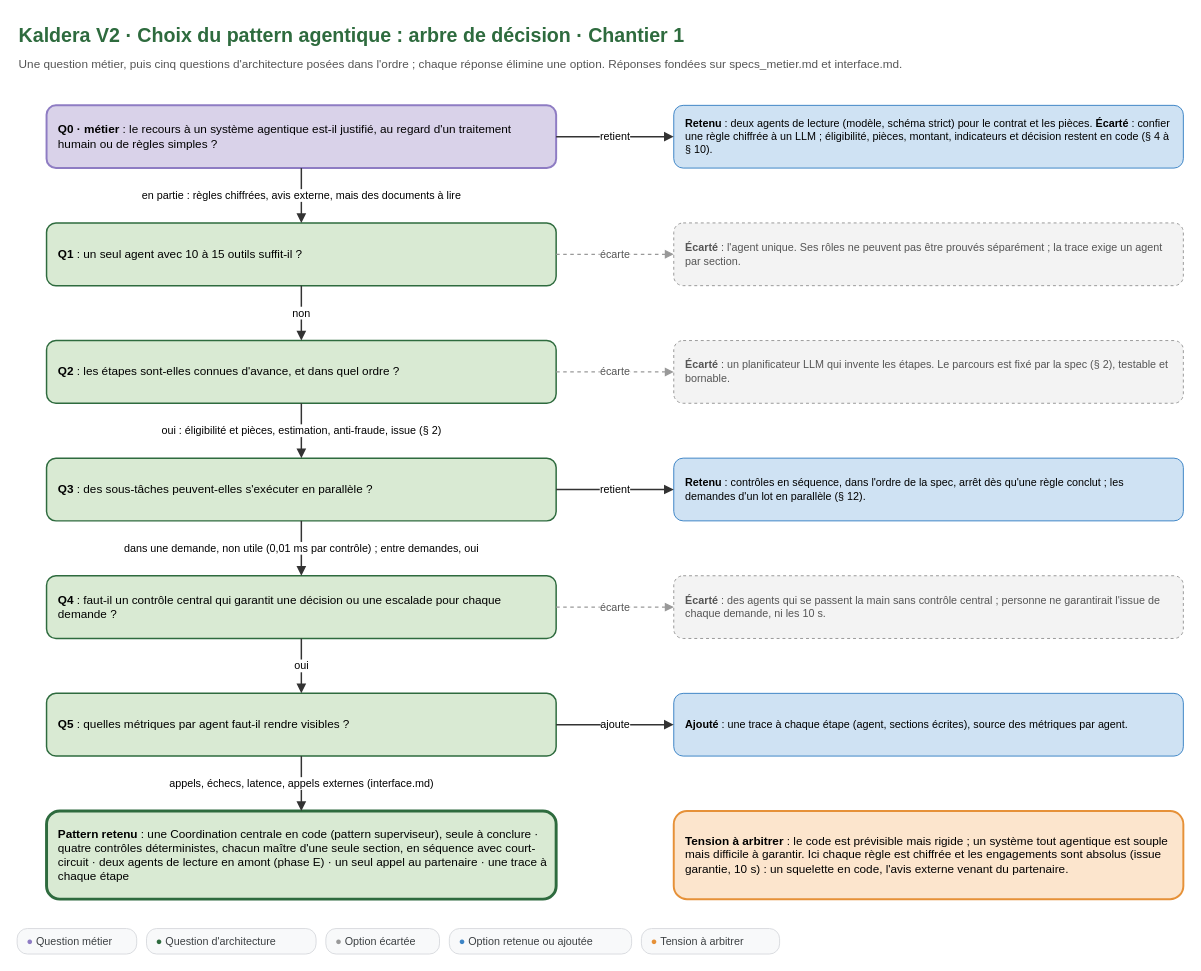
Earlier version of the draw.io diagram conception/schemas/schema-0-arbre-de-decision.drawio (Ganda15/kaldera-bout-en-bout_v2). Source tidied: cells renumbered, new cells numbered last; positions are measured from the earlier drawing's top-left corner, leaving out a move shared by most shapes. Both pictures are drawn from the tidied source at 98%, with x=0, y=0 at pixel (17, 17).
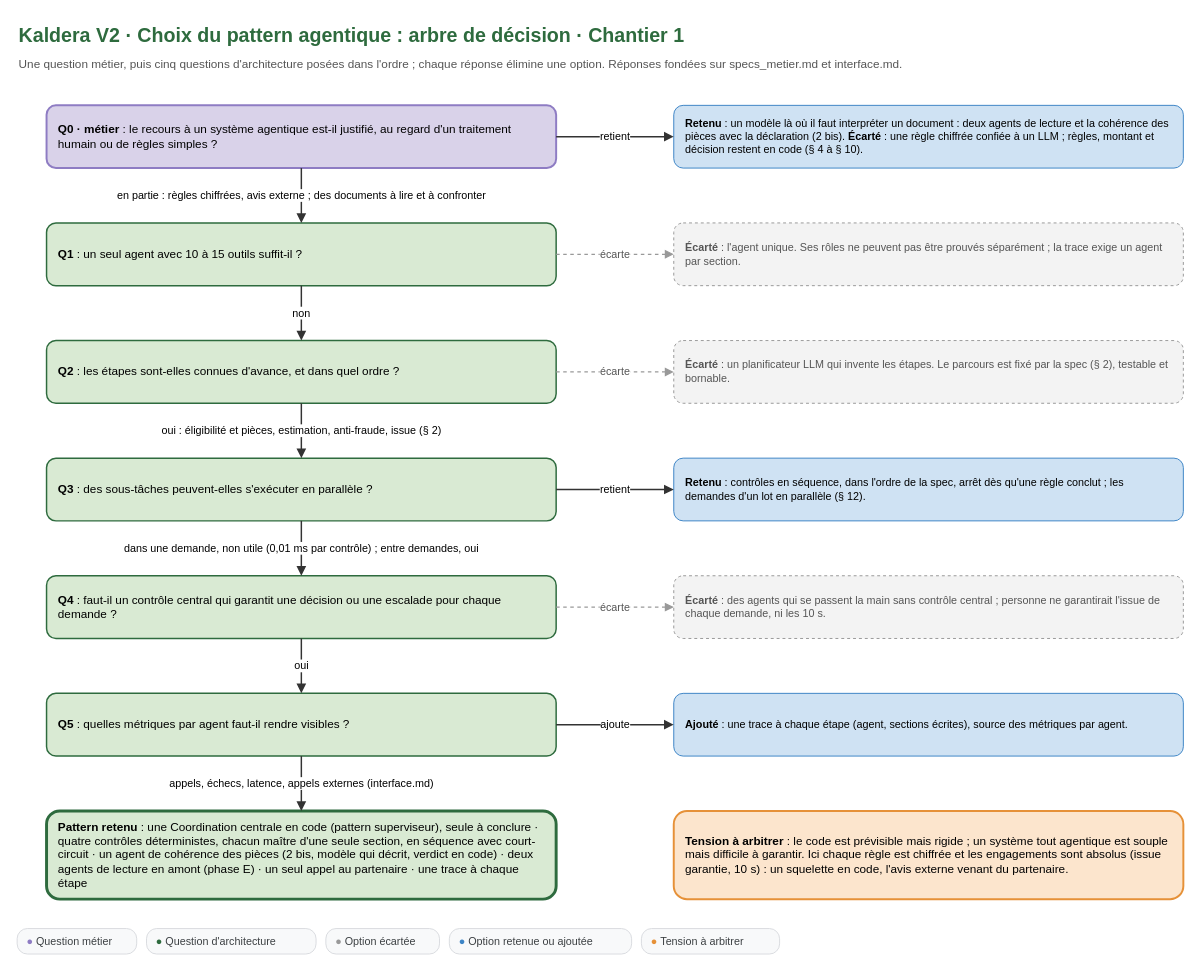
The same page after the edit.

Commit message (it also covers changes not shown here):
docs(schemas): schemas 0, 2, 3, 7 et N0 alignes sur l'agent Documents et coherence (depot de conception 9387fa4)

The change refers to these unchanged cells:
```xml
<mxCell id="4" value="&lt;b&gt;Q0 · métier&lt;/b&gt; : le recours à un système agentique est-il justifié, au regard d'un traitement humain ou de règles simples ?" style="whiteSpace=wrap;html=1;fontFamily=Arial;fontSize=12;align=left;spacingLeft=10;spacingRight=8;verticalAlign=top;spacingTop=6;verticalAlign=middle;spacingTop=0;rounded=1;fillColor=#d9d2e9;strokeColor=#8e7cc3;strokeWidth=2;" parent="1" vertex="1">
  <mxGeometry x="30" y="90" width="520" height="64" as="geometry" />
</mxCell>
<mxCell id="7" value="&lt;b&gt;Q1&lt;/b&gt; : un seul agent avec 10 à 15 outils suffit-il ?" style="whiteSpace=wrap;html=1;fontFamily=Arial;fontSize=12;align=left;spacingLeft=10;spacingRight=8;verticalAlign=top;spacingTop=6;verticalAlign=middle;spacingTop=0;rounded=1;fillColor=#d9ead3;strokeColor=#2E6B3E;strokeWidth=1.5;" parent="1" vertex="1">
  <mxGeometry x="30" y="210" width="520" height="64" as="geometry" />
</mxCell>
```

The edit, as a diff of the source:
```diff
@@
-    <mxCell id="5" value="&lt;b&gt;Retenu&lt;/b&gt; : deux agents de lecture (modèle, schéma strict) pour le contrat et les pièces. &lt;b&gt;Écarté&lt;/b&gt; : confier une règle chiffrée à un LLM ; éligibilité, pièces, montant, indicateurs et décision restent en code (§ 4 à § 10)." style="whiteSpace=wrap;html=1;fontFamily=Arial;fontSize=12;align=left;spacingLeft=10;spacingRight=8;verticalAlign=top;spacingTop=6;verticalAlign=middle;spacingTop=0;rounded=1;fillColor=#cfe2f3;strokeColor=#3d85c6;fontSize=11;" parent="1" vertex="1">
+    <mxCell id="5" value="&lt;b&gt;Retenu&lt;/b&gt; : un modèle là où il faut interpréter un document : deux agents de lecture et la cohérence des pièces avec la déclaration (2 bis). &lt;b&gt;Écarté&lt;/b&gt; : une règle chiffrée confiée à un LLM ; règles, montant et décision restent en code (§ 4 à § 10)." style="whiteSpace=wrap;html=1;fontFamily=Arial;fontSize=12;align=left;spacingLeft=10;spacingRight=8;verticalAlign=top;spacingTop=6;verticalAlign=middle;spacingTop=0;rounded=1;fillColor=#cfe2f3;strokeColor=#3d85c6;fontSize=11;" parent="1" vertex="1">
       <mxGeometry x="670" y="90" width="520" height="64" as="geometry" />
     </mxCell>
@@
-    <mxCell id="22" value="&lt;b&gt;Pattern retenu&lt;/b&gt; : une Coordination centrale en code (pattern superviseur), seule à conclure · quatre contrôles déterministes, chacun maître d'une seule section, en séquence avec court-circuit · deux agents de lecture en amont (phase E) · un seul appel au partenaire · une trace à chaque étape" style="whiteSpace=wrap;html=1;fontFamily=Arial;fontSize=12;align=left;spacingLeft=10;spacingRight=8;verticalAlign=top;spacingTop=6;verticalAlign=middle;spacingTop=0;rounded=1;fillColor=#d9ead3;strokeColor=#2E6B3E;strokeWidth=3;" parent="1" vertex="1">
+    <mxCell id="22" value="&lt;b&gt;Pattern retenu&lt;/b&gt; : une Coordination centrale en code (pattern superviseur), seule à conclure · quatre contrôles déterministes, chacun maître d'une seule section, en séquence avec court-circuit · un agent de cohérence des pièces (2 bis, modèle qui décrit, verdict en code) · deux agents de lecture en amont (phase E) · un seul appel au partenaire · une trace à chaque étape" style="whiteSpace=wrap;html=1;fontFamily=Arial;fontSize=12;align=left;spacingLeft=10;spacingRight=8;verticalAlign=top;spacingTop=6;verticalAlign=middle;spacingTop=0;rounded=1;fillColor=#d9ead3;strokeColor=#2E6B3E;strokeWidth=3;" parent="1" vertex="1">
       <mxGeometry x="30" y="810" width="520" height="90" as="geometry" />
     </mxCell>
-    <mxCell id="23" value="en partie : règles chiffrées, avis externe, mais des documents à lire" style="edgeStyle=orthogonalEdgeStyle;rounded=1;html=1;fontFamily=Arial;fontSize=11;labelBackgroundColor=#ffffff;endArrow=block;endFill=1;strokeColor=#333333;strokeWidth=1.5;exitX=0.5;exitY=1;exitDx=0;exitDy=0;entryX=0.5;entryY=0;entryDx=0;entryDy=0;" parent="1" edge="1" source="4" target="7">
+    <mxCell id="23" value="en partie : règles chiffrées, avis externe ; des documents à lire et à confronter" style="edgeStyle=orthogonalEdgeStyle;rounded=1;html=1;fontFamily=Arial;fontSize=11;labelBackgroundColor=#ffffff;endArrow=block;endFill=1;strokeColor=#333333;strokeWidth=1.5;exitX=0.5;exitY=1;exitDx=0;exitDy=0;entryX=0.5;entryY=0;entryDx=0;entryDy=0;" parent="1" edge="1" source="4" target="7">
       <mxGeometry relative="1" as="geometry" />
     </mxCell>
```
